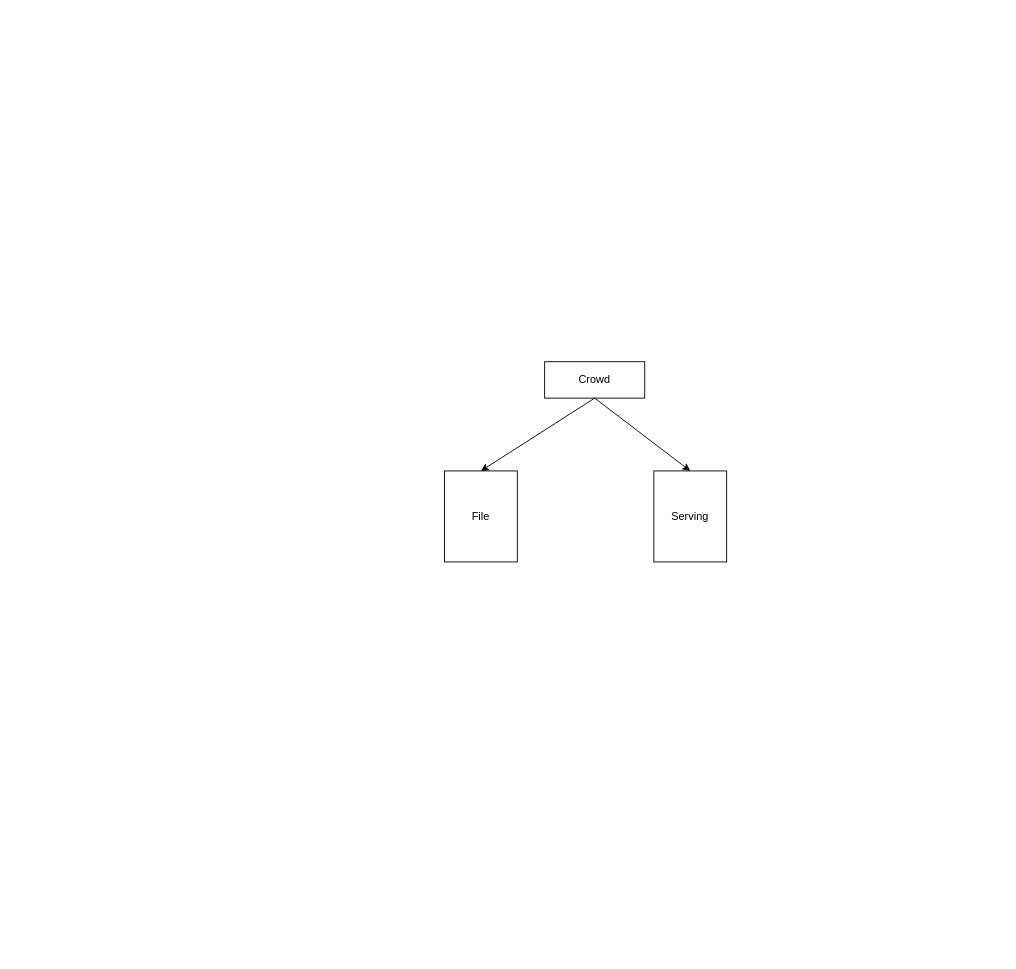
learn2Pro/draw_io_save keeps this draw.io diagram as tx_infr.drawio. Above is the earlier version. Source tidied: cells renumbered, new cells numbered last; positions are measured from the earlier drawing's top-left corner, leaving out a move shared by most shapes. Both pictures are drawn from the tidied source at 91%, with x=0, y=0 at pixel (444, 361).
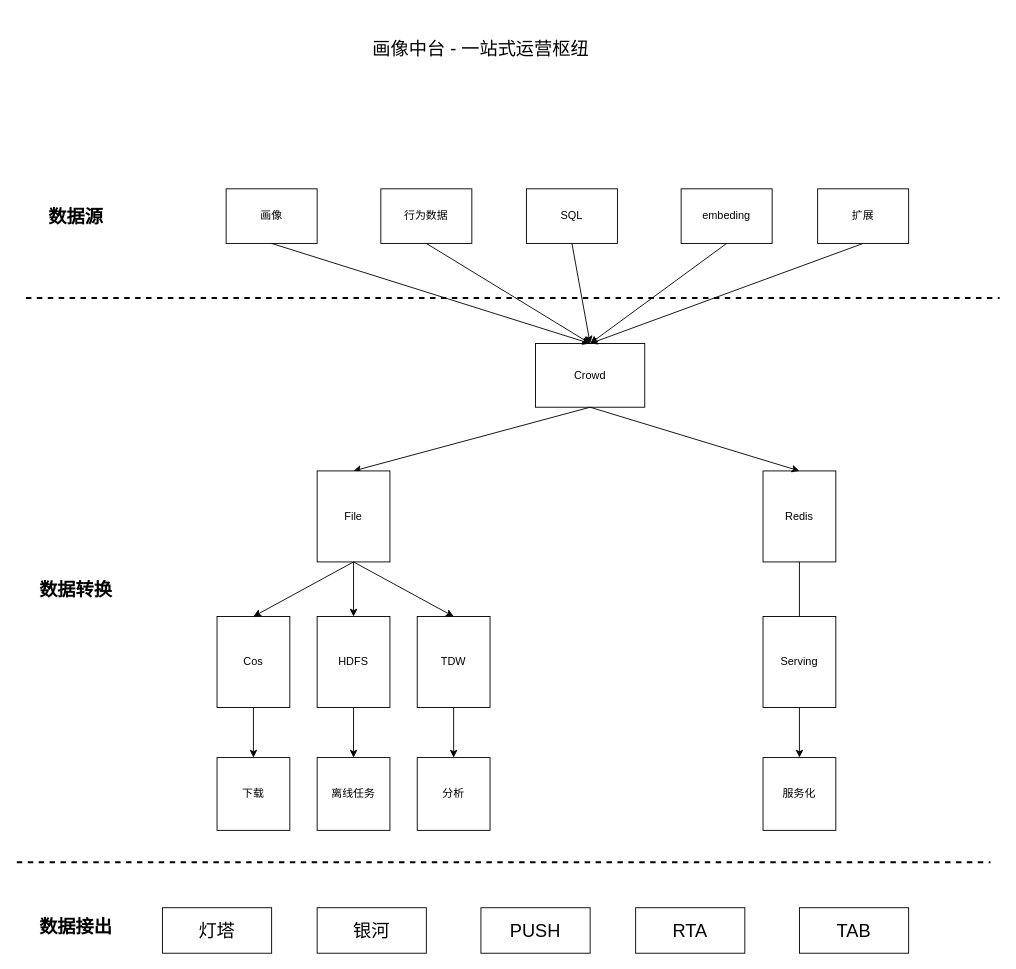
The same diagram, later.

Change to the diagram source:
```diff
@@
     <mxCell id="2" value="Crowd" style="rounded=0;whiteSpace=wrap;html=1;" parent="1" vertex="1">
-      <mxGeometry x="110" width="110" height="40" as="geometry" />
+      <mxGeometry x="100" y="-20" width="120" height="70" as="geometry" />
     </mxCell>
@@
     <mxCell id="4" value="File" style="rounded=0;whiteSpace=wrap;html=1;" parent="1" vertex="1">
-      <mxGeometry y="120" width="80" height="100" as="geometry" />
+      <mxGeometry x="-140" y="120" width="80" height="100" as="geometry" />
     </mxCell>
+    <mxCell id="7" style="edgeStyle=orthogonalEdgeStyle;rounded=0;jettySize=auto;html=1;startArrow=none;" parent="1" edge="1" source="21" target="20">
+      <mxGeometry relative="1" as="geometry" />
+    </mxCell>
-    <mxCell id="5" value="Serving" style="rounded=0;whiteSpace=wrap;html=1;" parent="1" vertex="1">
-      <mxGeometry x="230" y="120" width="80" height="100" as="geometry" />
+    <mxCell id="5" value="Redis" style="rounded=0;whiteSpace=wrap;html=1;" parent="1" vertex="1">
+      <mxGeometry x="350" y="120" width="80" height="100" as="geometry" />
     </mxCell>
@@
+    <mxCell id="8" style="edgeStyle=orthogonalEdgeStyle;rounded=0;jettySize=auto;html=1;" parent="1" edge="1" source="9" target="17">
+      <mxGeometry relative="1" as="geometry" />
+    </mxCell>
+    <mxCell id="9" value="Cos" style="rounded=0;whiteSpace=wrap;html=1;" parent="1" vertex="1">
+      <mxGeometry x="-250" y="280" width="80" height="100" as="geometry" />
+    </mxCell>
+    <mxCell id="10" style="edgeStyle=orthogonalEdgeStyle;rounded=0;jettySize=auto;html=1;" parent="1" edge="1" source="11" target="18">
+      <mxGeometry relative="1" as="geometry" />
+    </mxCell>
+    <mxCell id="11" value="HDFS" style="rounded=0;whiteSpace=wrap;html=1;" parent="1" vertex="1">
+      <mxGeometry x="-140" y="280" width="80" height="100" as="geometry" />
+    </mxCell>
+    <mxCell id="12" style="edgeStyle=orthogonalEdgeStyle;rounded=0;jettySize=auto;html=1;" parent="1" edge="1" source="13" target="19">
+      <mxGeometry relative="1" as="geometry" />
+    </mxCell>
+    <mxCell id="13" value="TDW" style="rounded=0;whiteSpace=wrap;html=1;" parent="1" vertex="1">
+      <mxGeometry x="-30" y="280" width="80" height="100" as="geometry" />
+    </mxCell>
+    <mxCell id="14" style="endArrow=classic;html=1;rounded=0;exitX=0.5;exitY=1;exitDx=0;exitDy=0;entryX=0.5;entryY=0;entryDx=0;entryDy=0;" parent="1" edge="1" source="4" target="9">
+      <mxGeometry relative="1" as="geometry" />
+    </mxCell>
+    <mxCell id="15" style="endArrow=classic;html=1;rounded=0;exitX=0.5;exitY=1;exitDx=0;exitDy=0;entryX=0.5;entryY=0;entryDx=0;entryDy=0;" parent="1" edge="1" source="4" target="11">
+      <mxGeometry relative="1" as="geometry" />
+    </mxCell>
+    <mxCell id="16" style="endArrow=classic;html=1;rounded=0;exitX=0.5;exitY=1;exitDx=0;exitDy=0;entryX=0.5;entryY=0;entryDx=0;entryDy=0;" parent="1" edge="1" source="4" target="13">
+      <mxGeometry relative="1" as="geometry" />
+    </mxCell>
+    <mxCell id="17" value="下载" style="whiteSpace=wrap;html=1;" parent="1" vertex="1">
+      <mxGeometry x="-250" y="435" width="80" height="80" as="geometry" />
+    </mxCell>
+    <mxCell id="18" value="离线任务" style="whiteSpace=wrap;html=1;" parent="1" vertex="1">
+      <mxGeometry x="-140" y="435" width="80" height="80" as="geometry" />
+    </mxCell>
+    <mxCell id="19" value="分析" style="whiteSpace=wrap;html=1;" parent="1" vertex="1">
+      <mxGeometry x="-30" y="435" width="80" height="80" as="geometry" />
+    </mxCell>
+    <mxCell id="20" value="服务化" style="rounded=0;whiteSpace=wrap;html=1;" parent="1" vertex="1">
+      <mxGeometry x="350" y="435" width="80" height="80" as="geometry" />
+    </mxCell>
+    <mxCell id="21" value="Serving" style="rounded=0;whiteSpace=wrap;html=1;" parent="1" vertex="1">
+      <mxGeometry x="350" y="280" width="80" height="100" as="geometry" />
+    </mxCell>
+    <mxCell id="22" style="edgeStyle=orthogonalEdgeStyle;rounded=0;jettySize=auto;html=1;endArrow=none;" parent="1" edge="1" source="5" target="21">
+      <mxGeometry relative="1" as="geometry" />
+    </mxCell>
+    <mxCell id="23" value="画像" style="rounded=0;whiteSpace=wrap;html=1;" parent="1" vertex="1">
+      <mxGeometry x="-240" y="-190" width="100" height="60" as="geometry" />
+    </mxCell>
+    <mxCell id="24" value="行为数据" style="rounded=0;whiteSpace=wrap;html=1;" parent="1" vertex="1">
+      <mxGeometry x="-70" y="-190" width="100" height="60" as="geometry" />
+    </mxCell>
+    <mxCell id="25" value="SQL" style="rounded=0;whiteSpace=wrap;html=1;" parent="1" vertex="1">
+      <mxGeometry x="90" y="-190" width="100" height="60" as="geometry" />
+    </mxCell>
+    <mxCell id="26" value="embeding" style="rounded=0;whiteSpace=wrap;html=1;" parent="1" vertex="1">
+      <mxGeometry x="260" y="-190" width="100" height="60" as="geometry" />
+    </mxCell>
+    <mxCell id="27" value="扩展" style="rounded=0;whiteSpace=wrap;html=1;" parent="1" vertex="1">
+      <mxGeometry x="410" y="-190" width="100" height="60" as="geometry" />
+    </mxCell>
+    <mxCell id="28" style="endArrow=classic;html=1;rounded=0;exitX=0.5;exitY=1;exitDx=0;exitDy=0;entryX=0.5;entryY=0;entryDx=0;entryDy=0;" parent="1" edge="1" source="23" target="2">
+      <mxGeometry relative="1" as="geometry" />
+    </mxCell>
+    <mxCell id="29" style="endArrow=classic;html=1;rounded=0;exitX=0.5;exitY=1;exitDx=0;exitDy=0;entryX=0.5;entryY=0;entryDx=0;entryDy=0;" parent="1" edge="1" source="24" target="2">
+      <mxGeometry relative="1" as="geometry" />
+    </mxCell>
+    <mxCell id="30" style="endArrow=classic;html=1;rounded=0;exitX=0.5;exitY=1;exitDx=0;exitDy=0;entryX=0.5;entryY=0;entryDx=0;entryDy=0;" parent="1" edge="1" source="25" target="2">
+      <mxGeometry relative="1" as="geometry" />
+    </mxCell>
+    <mxCell id="31" style="endArrow=classic;html=1;rounded=0;exitX=0.5;exitY=1;exitDx=0;exitDy=0;entryX=0.5;entryY=0;entryDx=0;entryDy=0;" parent="1" edge="1" source="26" target="2">
+      <mxGeometry relative="1" as="geometry" />
+    </mxCell>
+    <mxCell id="32" style="endArrow=classic;html=1;rounded=0;exitX=0.5;exitY=1;exitDx=0;exitDy=0;entryX=0.5;entryY=0;entryDx=0;entryDy=0;" parent="1" edge="1" source="27" target="2">
+      <mxGeometry relative="1" as="geometry" />
+    </mxCell>
+    <mxCell id="33" style="endArrow=none;html=1;rounded=0;strokeWidth=2;dashed=1;" parent="1" edge="1">
+      <mxGeometry relative="1" as="geometry">
+        <mxPoint x="-460" y="-70" as="sourcePoint" />
+        <mxPoint x="610" y="-70" as="targetPoint" />
+      </mxGeometry>
+    </mxCell>
+    <mxCell id="34" value="&lt;font style=&quot;font-size: 20px&quot;&gt;&lt;b&gt;数据源&lt;/b&gt;&lt;/font&gt;" style="text;html=1;strokeColor=none;fillColor=none;align=center;verticalAlign=middle;whiteSpace=wrap;rounded=0;" parent="1" vertex="1">
+      <mxGeometry x="-460" y="-180" width="110" height="40" as="geometry" />
+    </mxCell>
+    <mxCell id="35" style="endArrow=none;html=1;rounded=0;strokeWidth=2;dashed=1;" parent="1" edge="1">
+      <mxGeometry relative="1" as="geometry">
+        <mxPoint x="-470" y="550" as="sourcePoint" />
+        <mxPoint x="600" y="550" as="targetPoint" />
+      </mxGeometry>
+    </mxCell>
+    <mxCell id="36" value="&lt;span style=&quot;font-size: 20px&quot;&gt;&lt;b&gt;数据转换&lt;/b&gt;&lt;/span&gt;" style="text;html=1;strokeColor=none;fillColor=none;align=center;verticalAlign=middle;whiteSpace=wrap;rounded=0;" parent="1" vertex="1">
+      <mxGeometry x="-460" y="230" width="110" height="40" as="geometry" />
+    </mxCell>
+    <mxCell id="37" value="&lt;font style=&quot;font-size: 20px&quot;&gt;TAB&lt;/font&gt;" style="rounded=0;whiteSpace=wrap;html=1;fontSize=12;" parent="1" vertex="1">
+      <mxGeometry x="390" y="600" width="120" height="50" as="geometry" />
+    </mxCell>
+    <mxCell id="38" value="&lt;font style=&quot;font-size: 20px&quot;&gt;RTA&lt;/font&gt;" style="rounded=0;whiteSpace=wrap;html=1;fontSize=12;" parent="1" vertex="1">
+      <mxGeometry x="210" y="600" width="120" height="50" as="geometry" />
+    </mxCell>
+    <mxCell id="39" value="&lt;span style=&quot;font-size: 20px&quot;&gt;PUSH&lt;/span&gt;" style="rounded=0;whiteSpace=wrap;html=1;fontSize=12;" parent="1" vertex="1">
+      <mxGeometry x="40" y="600" width="120" height="50" as="geometry" />
+    </mxCell>
+    <mxCell id="40" value="&lt;span style=&quot;font-size: 20px&quot;&gt;银河&lt;/span&gt;" style="rounded=0;whiteSpace=wrap;html=1;fontSize=12;" parent="1" vertex="1">
+      <mxGeometry x="-140" y="600" width="120" height="50" as="geometry" />
+    </mxCell>
+    <mxCell id="41" value="&lt;span style=&quot;font-size: 20px&quot;&gt;灯塔&lt;/span&gt;" style="rounded=0;whiteSpace=wrap;html=1;fontSize=12;" parent="1" vertex="1">
+      <mxGeometry x="-310" y="600" width="120" height="50" as="geometry" />
+    </mxCell>
+    <mxCell id="42" value="&lt;span style=&quot;font-size: 20px&quot;&gt;&lt;b&gt;数据接出&lt;/b&gt;&lt;/span&gt;" style="text;html=1;strokeColor=none;fillColor=none;align=center;verticalAlign=middle;whiteSpace=wrap;rounded=0;" parent="1" vertex="1">
+      <mxGeometry x="-460" y="600" width="110" height="40" as="geometry" />
+    </mxCell>
+    <mxCell id="43" value="画像中台 - 一站式运营枢纽" style="text;html=1;strokeColor=none;fillColor=none;align=center;verticalAlign=middle;whiteSpace=wrap;rounded=0;fontSize=20;" parent="1" vertex="1">
+      <mxGeometry x="-170" y="-380" width="420" height="70" as="geometry" />
+    </mxCell>
```
